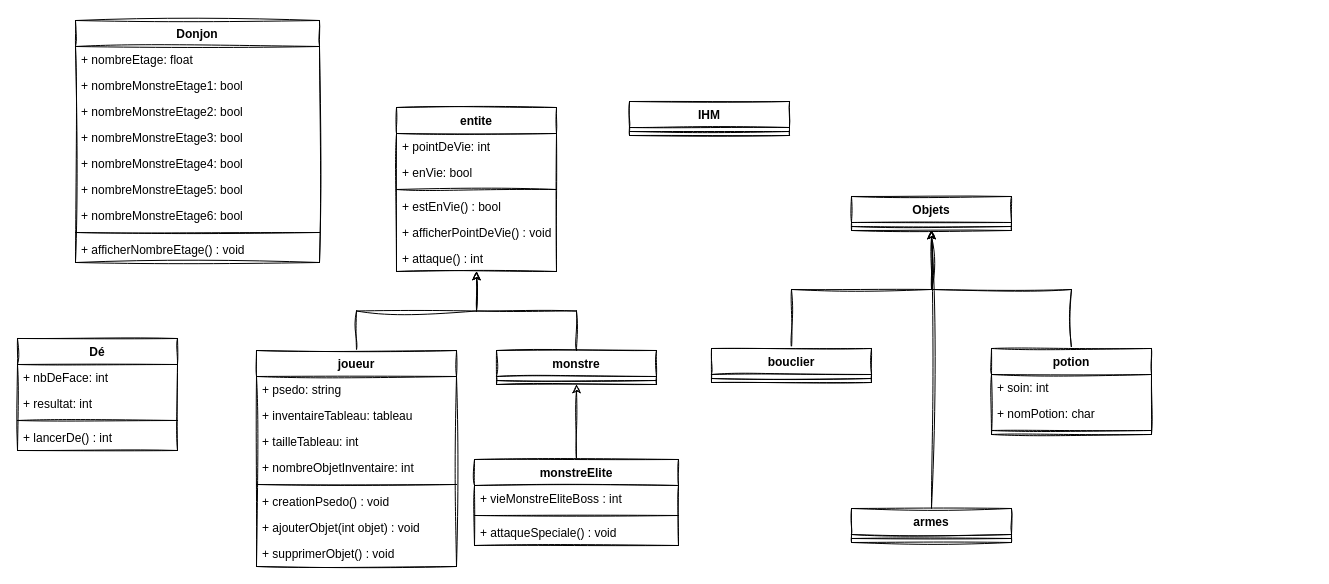
Earlier version of the draw.io diagram DungeonDragonTextual/diagramme.drawio (SimplementJohn/DungeonDragonTextual). Source tidied: cells renumbered, new cells numbered last; positions are measured from the earlier drawing's top-left corner, leaving out a move shared by most shapes. Both pictures are drawn from the tidied source at 100%, with x=0, y=0 at pixel (17, 20).
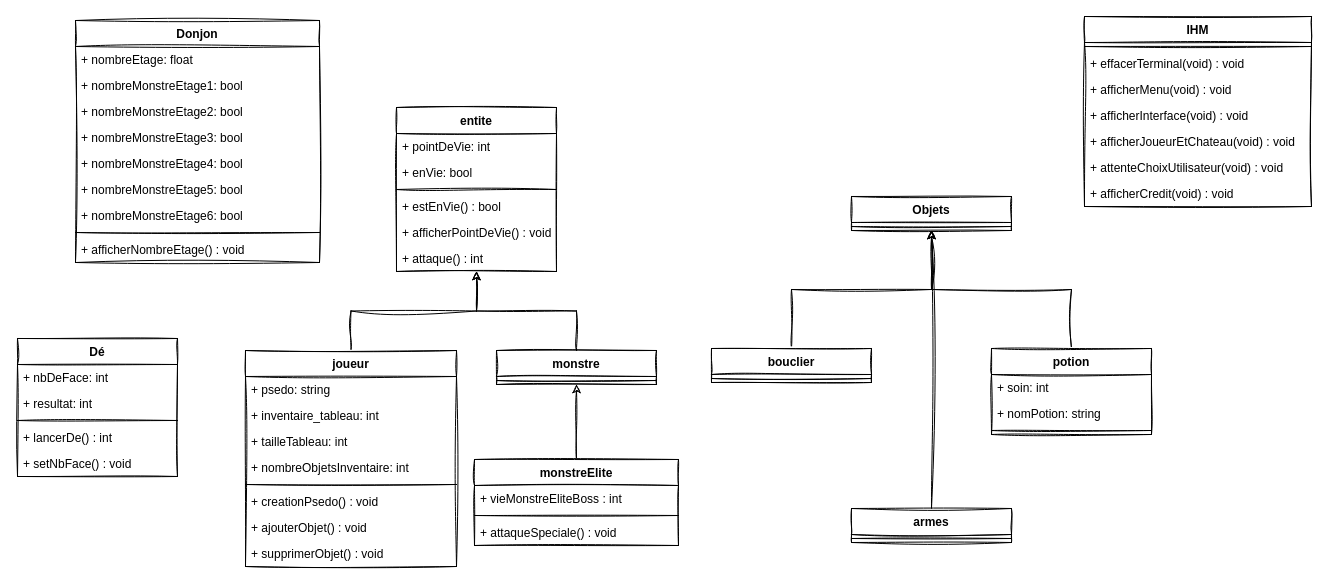
The same diagram, later.

Unchanged cells that the change refers to:
```xml
<mxCell id="51" value="potion" style="swimlane;fontStyle=1;align=center;verticalAlign=top;horizontal=1;startSize=26;rounded=0;sketch=1;" parent="1" vertex="1">
  <mxGeometry x="974" y="328" width="160" height="86" as="geometry" />
</mxCell>
```

The edit, as a diff of the source:
```diff
@@
     <mxCell id="3" value="joueur" style="swimlane;fontStyle=1;align=center;verticalAlign=top;horizontal=1;startSize=26;rounded=0;sketch=1;" parent="1" vertex="1">
-      <mxGeometry x="239" y="330" width="200" height="216" as="geometry" />
+      <mxGeometry x="228" y="330" width="211" height="216" as="geometry" />
     </mxCell>
     <mxCell id="4" value="+ psedo: string" style="text;strokeColor=none;fillColor=none;align=left;verticalAlign=top;spacingLeft=4;spacingRight=4;overflow=hidden;rounded=0;sketch=1;" parent="3" vertex="1">
-      <mxGeometry y="26" width="200" height="26" as="geometry" />
+      <mxGeometry y="26" width="211" height="26" as="geometry" />
     </mxCell>
-    <mxCell id="5" value="+ inventaireTableau: tableau&#10;" style="text;strokeColor=none;fillColor=none;align=left;verticalAlign=top;spacingLeft=4;spacingRight=4;overflow=hidden;rounded=0;sketch=1;" parent="3" vertex="1">
-      <mxGeometry y="52" width="200" height="26" as="geometry" />
-    </mxCell>
+    <mxCell id="57" value="+ inventaire_tableau: int" style="text;strokeColor=none;fillColor=none;align=left;verticalAlign=top;spacingLeft=4;spacingRight=4;overflow=hidden;rounded=0;sketch=1;" parent="3" vertex="1">
+      <mxGeometry y="52" width="211" height="26" as="geometry" />
+    </mxCell>
-    <mxCell id="6" value="+ tailleTableau: int&#10;" style="text;strokeColor=none;fillColor=none;align=left;verticalAlign=top;spacingLeft=4;spacingRight=4;overflow=hidden;rounded=0;sketch=1;" parent="3" vertex="1">
-      <mxGeometry y="78" width="200" height="26" as="geometry" />
+    <mxCell id="6" value="+ tailleTableau: int" style="text;strokeColor=none;fillColor=none;align=left;verticalAlign=top;spacingLeft=4;spacingRight=4;overflow=hidden;rounded=0;sketch=1;" parent="3" vertex="1">
+      <mxGeometry y="78" width="211" height="26" as="geometry" />
     </mxCell>
-    <mxCell id="7" value="+ nombreObjetInventaire: int&#10;" style="text;strokeColor=none;fillColor=none;align=left;verticalAlign=top;spacingLeft=4;spacingRight=4;overflow=hidden;rounded=0;sketch=1;" parent="3" vertex="1">
-      <mxGeometry y="104" width="200" height="26" as="geometry" />
-    </mxCell>
+    <mxCell id="58" value="+ nombreObjetsInventaire: int" style="text;strokeColor=none;fillColor=none;align=left;verticalAlign=top;spacingLeft=4;spacingRight=4;overflow=hidden;rounded=0;sketch=1;" parent="3" vertex="1">
+      <mxGeometry y="104" width="211" height="26" as="geometry" />
+    </mxCell>
     <mxCell id="8" style="line;strokeWidth=1;fillColor=none;align=left;verticalAlign=middle;spacingTop=-1;spacingLeft=3;spacingRight=3;labelPosition=right;strokeColor=inherit;rounded=0;sketch=1;" parent="3" vertex="1">
-      <mxGeometry y="130" width="200" height="8" as="geometry" />
+      <mxGeometry y="130" width="211" height="8" as="geometry" />
     </mxCell>
     <mxCell id="9" value="+ creationPsedo() : void&#10;" style="text;strokeColor=none;fillColor=none;align=left;verticalAlign=top;spacingLeft=4;spacingRight=4;overflow=hidden;rounded=0;sketch=1;" parent="3" vertex="1">
-      <mxGeometry y="138" width="200" height="26" as="geometry" />
+      <mxGeometry y="138" width="211" height="26" as="geometry" />
     </mxCell>
-    <mxCell id="10" value="+ ajouterObjet(int objet) : void&#10;" style="text;strokeColor=none;fillColor=none;align=left;verticalAlign=top;spacingLeft=4;spacingRight=4;overflow=hidden;rounded=0;sketch=1;" parent="3" vertex="1">
-      <mxGeometry y="164" width="200" height="26" as="geometry" />
-    </mxCell>
+    <mxCell id="59" value="+ ajouterObjet() : void&#10;" style="text;strokeColor=none;fillColor=none;align=left;verticalAlign=top;spacingLeft=4;spacingRight=4;overflow=hidden;rounded=0;sketch=1;" parent="3" vertex="1">
+      <mxGeometry y="164" width="211" height="26" as="geometry" />
+    </mxCell>
     <mxCell id="11" value="+ supprimerObjet() : void&#10;" style="text;strokeColor=none;fillColor=none;align=left;verticalAlign=top;spacingLeft=4;spacingRight=4;overflow=hidden;rounded=0;sketch=1;" parent="3" vertex="1">
-      <mxGeometry y="190" width="200" height="26" as="geometry" />
+      <mxGeometry y="190" width="211" height="26" as="geometry" />
     </mxCell>
@@
     <mxCell id="27" value="Dé" style="swimlane;fontStyle=1;align=center;verticalAlign=top;horizontal=1;startSize=26;rounded=0;sketch=1;" parent="1" vertex="1">
-      <mxGeometry y="318" width="160" height="112" as="geometry" />
+      <mxGeometry y="318" width="160" height="138" as="geometry" />
     </mxCell>
@@
+    <mxCell id="60" value="+ setNbFace() : void" style="text;strokeColor=none;fillColor=none;align=left;verticalAlign=top;spacingLeft=4;spacingRight=4;overflow=hidden;rounded=0;sketch=1;" parent="27" vertex="1">
+      <mxGeometry y="112" width="160" height="26" as="geometry" />
+    </mxCell>
@@
-    <mxCell id="53" value="+ nomPotion: char" style="text;strokeColor=none;fillColor=none;align=left;verticalAlign=top;spacingLeft=4;spacingRight=4;overflow=hidden;rounded=0;sketch=1;" parent="51" vertex="1">
-      <mxGeometry y="52" width="160" height="26" as="geometry" />
-    </mxCell>
+    <mxCell id="61" value="+ nomPotion: string" style="text;strokeColor=none;fillColor=none;align=left;verticalAlign=top;spacingLeft=4;spacingRight=4;overflow=hidden;rounded=0;sketch=1;" parent="51" vertex="1">
+      <mxGeometry y="52" width="160" height="26" as="geometry" />
+    </mxCell>
@@
     <mxCell id="55" value="IHM" style="swimlane;fontStyle=1;align=center;verticalAlign=top;horizontal=1;startSize=26;rounded=0;sketch=1;" parent="1" vertex="1">
-      <mxGeometry x="612" y="81" width="160" height="34" as="geometry" />
+      <mxGeometry x="1067" y="-4" width="227" height="190" as="geometry" />
     </mxCell>
     <mxCell id="56" style="line;strokeWidth=1;fillColor=none;align=left;verticalAlign=middle;spacingTop=-1;spacingLeft=3;spacingRight=3;labelPosition=right;strokeColor=inherit;rounded=0;sketch=1;" parent="55" vertex="1">
-      <mxGeometry y="26" width="160" height="8" as="geometry" />
+      <mxGeometry y="26" width="227" height="8" as="geometry" />
     </mxCell>
+    <mxCell id="62" value="+ effacerTerminal(void) : void" style="text;strokeColor=none;fillColor=none;align=left;verticalAlign=top;spacingLeft=4;spacingRight=4;overflow=hidden;rounded=0;sketch=1;" parent="55" vertex="1">
+      <mxGeometry y="34" width="227" height="26" as="geometry" />
+    </mxCell>
+    <mxCell id="63" value="+ afficherMenu(void) : void" style="text;strokeColor=none;fillColor=none;align=left;verticalAlign=top;spacingLeft=4;spacingRight=4;overflow=hidden;rounded=0;sketch=1;" parent="55" vertex="1">
+      <mxGeometry y="60" width="227" height="26" as="geometry" />
+    </mxCell>
+    <mxCell id="64" value="+ afficherInterface(void) : void" style="text;strokeColor=none;fillColor=none;align=left;verticalAlign=top;spacingLeft=4;spacingRight=4;overflow=hidden;rounded=0;sketch=1;" parent="55" vertex="1">
+      <mxGeometry y="86" width="227" height="26" as="geometry" />
+    </mxCell>
+    <mxCell id="65" value="+ afficherJoueurEtChateau(void) : void" style="text;strokeColor=none;fillColor=none;align=left;verticalAlign=top;spacingLeft=4;spacingRight=4;overflow=hidden;rounded=0;sketch=1;" parent="55" vertex="1">
+      <mxGeometry y="112" width="227" height="26" as="geometry" />
+    </mxCell>
+    <mxCell id="66" value="+ attenteChoixUtilisateur(void) : void" style="text;strokeColor=none;fillColor=none;align=left;verticalAlign=top;spacingLeft=4;spacingRight=4;overflow=hidden;rounded=0;sketch=1;" parent="55" vertex="1">
+      <mxGeometry y="138" width="227" height="26" as="geometry" />
+    </mxCell>
+    <mxCell id="67" value="+ afficherCredit(void) : void" style="text;strokeColor=none;fillColor=none;align=left;verticalAlign=top;spacingLeft=4;spacingRight=4;overflow=hidden;rounded=0;sketch=1;" parent="55" vertex="1">
+      <mxGeometry y="164" width="227" height="26" as="geometry" />
+    </mxCell>
```
